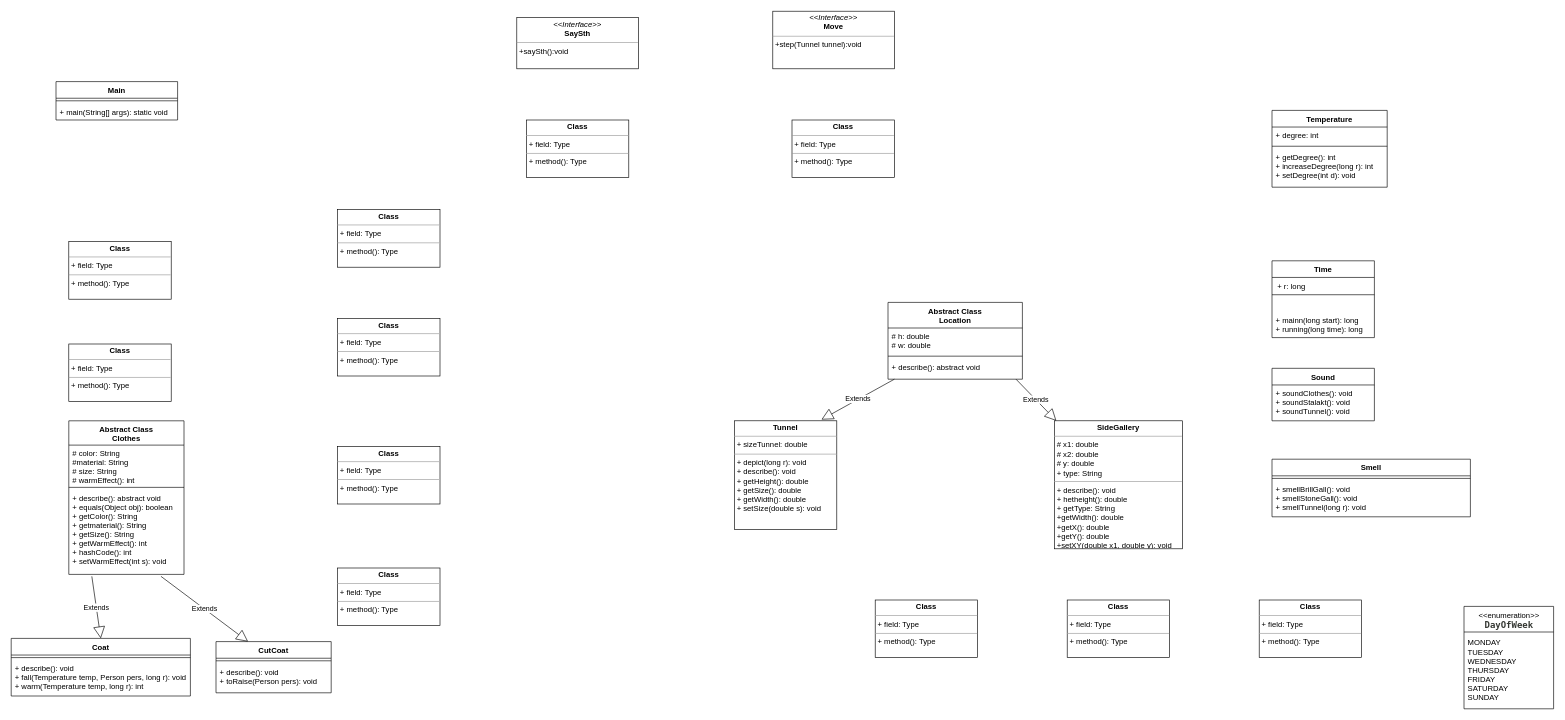
ElenaTrifonova/programming2 keeps this draw.io diagram as Untitled Diagram.drawio. Above is the earlier version. Source tidied: cells renumbered, new cells numbered last; positions are measured from the earlier drawing's top-left corner, leaving out a move shared by most shapes. Both pictures are drawn from the tidied source at 64%, with x=0, y=0 at pixel (11, 11).
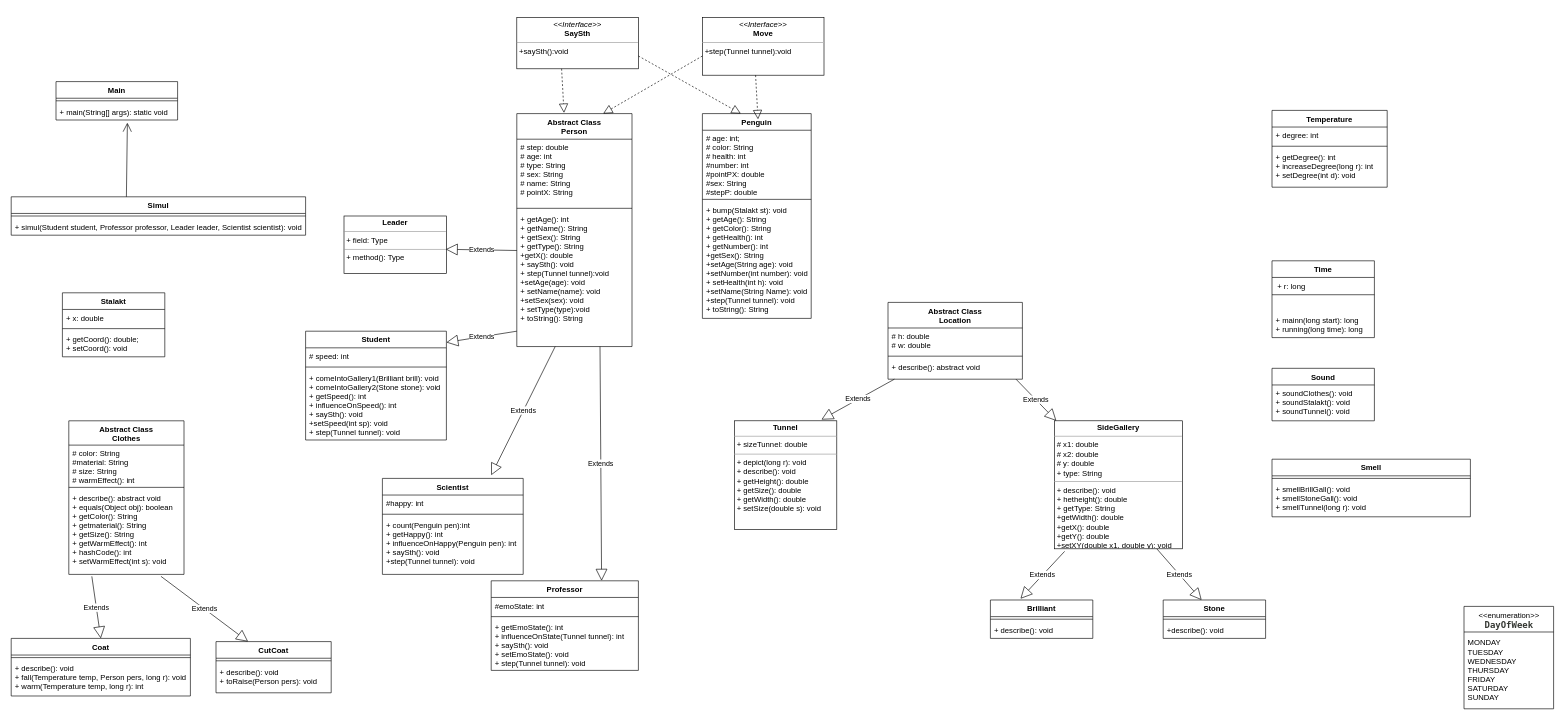
After the change.

Unchanged cells that the change refers to:
```xml
<mxCell id="12" value="&lt;p style=&quot;margin: 0px ; margin-top: 4px ; text-align: center&quot;&gt;&lt;b&gt;SideGallery&lt;/b&gt;&lt;/p&gt;&lt;hr size=&quot;1&quot;&gt;&lt;p style=&quot;margin: 0px ; margin-left: 4px&quot;&gt;# x1: double&lt;br style=&quot;padding: 0px ; margin: 0px&quot;&gt;# x2: double&lt;br style=&quot;padding: 0px ; margin: 0px&quot;&gt;# y: double&lt;br style=&quot;padding: 0px ; margin: 0px&quot;&gt;+ type: String&lt;br&gt;&lt;/p&gt;&lt;hr size=&quot;1&quot;&gt;&lt;p style=&quot;margin: 0px ; margin-left: 4px&quot;&gt;+ describe(): void&lt;/p&gt;&lt;p style=&quot;margin: 0px ; margin-left: 4px&quot;&gt;+ hetheight(): double&lt;/p&gt;&lt;p style=&quot;margin: 0px ; margin-left: 4px&quot;&gt;+ getType: String&lt;/p&gt;&lt;p style=&quot;margin: 0px ; margin-left: 4px&quot;&gt;+getWidth(): double&lt;/p&gt;&lt;p style=&quot;margin: 0px ; margin-left: 4px&quot;&gt;+getX(): double&lt;/p&gt;&lt;p style=&quot;margin: 0px ; margin-left: 4px&quot;&gt;+getY(): double&lt;/p&gt;&lt;p style=&quot;margin: 0px ; margin-left: 4px&quot;&gt;+setXY(double x1, double y): void&lt;/p&gt;" style="verticalAlign=top;align=left;overflow=fill;fontSize=12;fontFamily=Helvetica;html=1;" parent="1" vertex="1">
  <mxGeometry x="1630" y="640" width="200" height="200" as="geometry" />
</mxCell>
<mxCell id="34" value="+ main(String[] args): static void" style="text;strokeColor=none;fillColor=none;align=left;verticalAlign=top;spacingLeft=4;spacingRight=4;overflow=hidden;points=[[0,0.5],[1,0.5]];portConstraint=eastwest;" parent="32" vertex="1">
  <mxGeometry y="34" width="190" height="26" as="geometry" />
</mxCell>
```

What changed in the source:
```diff
@@
     <mxCell id="2" value="&lt;p style=&quot;margin: 0px ; margin-top: 4px ; text-align: center&quot;&gt;&lt;i&gt;&amp;lt;&amp;lt;Interface&amp;gt;&amp;gt;&lt;/i&gt;&lt;br&gt;&lt;b&gt;Move&lt;/b&gt;&lt;/p&gt;&lt;hr size=&quot;1&quot;&gt;&lt;p style=&quot;margin: 0px ; margin-left: 4px&quot;&gt;&lt;span&gt;+step(Tunnel tunnel):void&lt;/span&gt;&lt;br&gt;&lt;/p&gt;" style="verticalAlign=top;align=left;overflow=fill;fontSize=12;fontFamily=Helvetica;html=1;" parent="1" vertex="1">
-      <mxGeometry x="1190" width="190" height="90" as="geometry" />
+      <mxGeometry x="1080" y="10" width="190" height="90" as="geometry" />
     </mxCell>
@@
-    <mxCell id="4" value="&lt;p style=&quot;margin:0px;margin-top:4px;text-align:center;&quot;&gt;&lt;b&gt;Class&lt;/b&gt;&lt;/p&gt;&lt;hr size=&quot;1&quot;/&gt;&lt;p style=&quot;margin:0px;margin-left:4px;&quot;&gt;+ field: Type&lt;/p&gt;&lt;hr size=&quot;1&quot;/&gt;&lt;p style=&quot;margin:0px;margin-left:4px;&quot;&gt;+ method(): Type&lt;/p&gt;" style="verticalAlign=top;align=left;overflow=fill;fontSize=12;fontFamily=Helvetica;html=1;" parent="1" vertex="1">
-      <mxGeometry x="805" y="170" width="160" height="90" as="geometry" />
-    </mxCell>
-    <mxCell id="5" value="&lt;p style=&quot;margin:0px;margin-top:4px;text-align:center;&quot;&gt;&lt;b&gt;Class&lt;/b&gt;&lt;/p&gt;&lt;hr size=&quot;1&quot;/&gt;&lt;p style=&quot;margin:0px;margin-left:4px;&quot;&gt;+ field: Type&lt;/p&gt;&lt;hr size=&quot;1&quot;/&gt;&lt;p style=&quot;margin:0px;margin-left:4px;&quot;&gt;+ method(): Type&lt;/p&gt;" style="verticalAlign=top;align=left;overflow=fill;fontSize=12;fontFamily=Helvetica;html=1;" parent="1" vertex="1">
-      <mxGeometry x="1220" y="170" width="160" height="90" as="geometry" />
-    </mxCell>
-    <mxCell id="6" value="&lt;p style=&quot;margin:0px;margin-top:4px;text-align:center;&quot;&gt;&lt;b&gt;Class&lt;/b&gt;&lt;/p&gt;&lt;hr size=&quot;1&quot;/&gt;&lt;p style=&quot;margin:0px;margin-left:4px;&quot;&gt;+ field: Type&lt;/p&gt;&lt;hr size=&quot;1&quot;/&gt;&lt;p style=&quot;margin:0px;margin-left:4px;&quot;&gt;+ method(): Type&lt;/p&gt;" style="verticalAlign=top;align=left;overflow=fill;fontSize=12;fontFamily=Helvetica;html=1;" parent="1" vertex="1">
-      <mxGeometry x="510" y="310" width="160" height="90" as="geometry" />
+    <mxCell id="6" value="&lt;p style=&quot;margin: 0px ; margin-top: 4px ; text-align: center&quot;&gt;&lt;b&gt;Leader&lt;/b&gt;&lt;/p&gt;&lt;hr size=&quot;1&quot;&gt;&lt;p style=&quot;margin: 0px ; margin-left: 4px&quot;&gt;+ field: Type&lt;/p&gt;&lt;hr size=&quot;1&quot;&gt;&lt;p style=&quot;margin: 0px ; margin-left: 4px&quot;&gt;+ method(): Type&lt;/p&gt;" style="verticalAlign=top;align=left;overflow=fill;fontSize=12;fontFamily=Helvetica;html=1;" parent="1" vertex="1">
+      <mxGeometry x="520" y="320" width="160" height="90" as="geometry" />
     </mxCell>
-    <mxCell id="7" value="&lt;p style=&quot;margin:0px;margin-top:4px;text-align:center;&quot;&gt;&lt;b&gt;Class&lt;/b&gt;&lt;/p&gt;&lt;hr size=&quot;1&quot;/&gt;&lt;p style=&quot;margin:0px;margin-left:4px;&quot;&gt;+ field: Type&lt;/p&gt;&lt;hr size=&quot;1&quot;/&gt;&lt;p style=&quot;margin:0px;margin-left:4px;&quot;&gt;+ method(): Type&lt;/p&gt;" style="verticalAlign=top;align=left;overflow=fill;fontSize=12;fontFamily=Helvetica;html=1;" parent="1" vertex="1">
-      <mxGeometry x="510" y="480" width="160" height="90" as="geometry" />
-    </mxCell>
-    <mxCell id="8" value="&lt;p style=&quot;margin:0px;margin-top:4px;text-align:center;&quot;&gt;&lt;b&gt;Class&lt;/b&gt;&lt;/p&gt;&lt;hr size=&quot;1&quot;/&gt;&lt;p style=&quot;margin:0px;margin-left:4px;&quot;&gt;+ field: Type&lt;/p&gt;&lt;hr size=&quot;1&quot;/&gt;&lt;p style=&quot;margin:0px;margin-left:4px;&quot;&gt;+ method(): Type&lt;/p&gt;" style="verticalAlign=top;align=left;overflow=fill;fontSize=12;fontFamily=Helvetica;html=1;" parent="1" vertex="1">
-      <mxGeometry x="510" y="870" width="160" height="90" as="geometry" />
-    </mxCell>
-    <mxCell id="9" value="&lt;p style=&quot;margin:0px;margin-top:4px;text-align:center;&quot;&gt;&lt;b&gt;Class&lt;/b&gt;&lt;/p&gt;&lt;hr size=&quot;1&quot;/&gt;&lt;p style=&quot;margin:0px;margin-left:4px;&quot;&gt;+ field: Type&lt;/p&gt;&lt;hr size=&quot;1&quot;/&gt;&lt;p style=&quot;margin:0px;margin-left:4px;&quot;&gt;+ method(): Type&lt;/p&gt;" style="verticalAlign=top;align=left;overflow=fill;fontSize=12;fontFamily=Helvetica;html=1;" parent="1" vertex="1">
-      <mxGeometry x="510" y="680" width="160" height="90" as="geometry" />
-    </mxCell>
-    <mxCell id="10" value="&lt;p style=&quot;margin:0px;margin-top:4px;text-align:center;&quot;&gt;&lt;b&gt;Class&lt;/b&gt;&lt;/p&gt;&lt;hr size=&quot;1&quot;/&gt;&lt;p style=&quot;margin:0px;margin-left:4px;&quot;&gt;+ field: Type&lt;/p&gt;&lt;hr size=&quot;1&quot;/&gt;&lt;p style=&quot;margin:0px;margin-left:4px;&quot;&gt;+ method(): Type&lt;/p&gt;" style="verticalAlign=top;align=left;overflow=fill;fontSize=12;fontFamily=Helvetica;html=1;" parent="1" vertex="1">
-      <mxGeometry x="90" y="360" width="160" height="90" as="geometry" />
-    </mxCell>
@@
-    <mxCell id="13" value="&lt;p style=&quot;margin:0px;margin-top:4px;text-align:center;&quot;&gt;&lt;b&gt;Class&lt;/b&gt;&lt;/p&gt;&lt;hr size=&quot;1&quot;/&gt;&lt;p style=&quot;margin:0px;margin-left:4px;&quot;&gt;+ field: Type&lt;/p&gt;&lt;hr size=&quot;1&quot;/&gt;&lt;p style=&quot;margin:0px;margin-left:4px;&quot;&gt;+ method(): Type&lt;/p&gt;" style="verticalAlign=top;align=left;overflow=fill;fontSize=12;fontFamily=Helvetica;html=1;" parent="1" vertex="1">
-      <mxGeometry x="1350" y="920" width="160" height="90" as="geometry" />
-    </mxCell>
-    <mxCell id="14" value="&lt;p style=&quot;margin:0px;margin-top:4px;text-align:center;&quot;&gt;&lt;b&gt;Class&lt;/b&gt;&lt;/p&gt;&lt;hr size=&quot;1&quot;/&gt;&lt;p style=&quot;margin:0px;margin-left:4px;&quot;&gt;+ field: Type&lt;/p&gt;&lt;hr size=&quot;1&quot;/&gt;&lt;p style=&quot;margin:0px;margin-left:4px;&quot;&gt;+ method(): Type&lt;/p&gt;" style="verticalAlign=top;align=left;overflow=fill;fontSize=12;fontFamily=Helvetica;html=1;" parent="1" vertex="1">
-      <mxGeometry x="1650" y="920" width="160" height="90" as="geometry" />
-    </mxCell>
-    <mxCell id="15" value="&lt;p style=&quot;margin:0px;margin-top:4px;text-align:center;&quot;&gt;&lt;b&gt;Class&lt;/b&gt;&lt;/p&gt;&lt;hr size=&quot;1&quot;/&gt;&lt;p style=&quot;margin:0px;margin-left:4px;&quot;&gt;+ field: Type&lt;/p&gt;&lt;hr size=&quot;1&quot;/&gt;&lt;p style=&quot;margin:0px;margin-left:4px;&quot;&gt;+ method(): Type&lt;/p&gt;" style="verticalAlign=top;align=left;overflow=fill;fontSize=12;fontFamily=Helvetica;html=1;" parent="1" vertex="1">
-      <mxGeometry x="1950" y="920" width="160" height="90" as="geometry" />
-    </mxCell>
-    <mxCell id="16" value="&lt;p style=&quot;margin:0px;margin-top:4px;text-align:center;&quot;&gt;&lt;b&gt;Class&lt;/b&gt;&lt;/p&gt;&lt;hr size=&quot;1&quot;/&gt;&lt;p style=&quot;margin:0px;margin-left:4px;&quot;&gt;+ field: Type&lt;/p&gt;&lt;hr size=&quot;1&quot;/&gt;&lt;p style=&quot;margin:0px;margin-left:4px;&quot;&gt;+ method(): Type&lt;/p&gt;" style="verticalAlign=top;align=left;overflow=fill;fontSize=12;fontFamily=Helvetica;html=1;" parent="1" vertex="1">
-      <mxGeometry x="90" y="520" width="160" height="90" as="geometry" />
-    </mxCell>
@@
+    <mxCell id="53" value="Stone" style="swimlane;fontStyle=1;align=center;verticalAlign=top;horizontal=1;startSize=26;" parent="1" vertex="1">
+      <mxGeometry x="1800" y="920" width="160" height="60" as="geometry" />
+    </mxCell>
+    <mxCell id="54" style="line;strokeWidth=1;fillColor=none;align=left;verticalAlign=middle;spacingTop=-1;spacingLeft=3;spacingRight=3;labelPosition=right;" parent="53" vertex="1">
+      <mxGeometry y="26" width="160" height="8" as="geometry" />
+    </mxCell>
+    <mxCell id="55" value="+describe(): void" style="text;strokeColor=none;fillColor=none;align=left;verticalAlign=top;spacingLeft=4;spacingRight=4;overflow=hidden;" parent="53" vertex="1">
+      <mxGeometry y="34" width="160" height="26" as="geometry" />
+    </mxCell>
+    <mxCell id="56" value="Brilliant" style="swimlane;fontStyle=1;align=center;verticalAlign=top;horizontal=1;startSize=26;" parent="1" vertex="1">
+      <mxGeometry x="1530" y="920" width="160" height="60" as="geometry" />
+    </mxCell>
+    <mxCell id="57" style="line;strokeWidth=1;fillColor=none;align=left;verticalAlign=middle;spacingTop=-1;spacingLeft=3;spacingRight=3;labelPosition=right;" parent="56" vertex="1">
+      <mxGeometry y="26" width="160" height="8" as="geometry" />
+    </mxCell>
+    <mxCell id="58" value="+ describe(): void" style="text;strokeColor=none;fillColor=none;align=left;verticalAlign=top;spacingLeft=4;spacingRight=4;overflow=hidden;" parent="56" vertex="1">
+      <mxGeometry y="34" width="160" height="26" as="geometry" />
+    </mxCell>
+    <mxCell id="59" value="Extends" style="endArrow=block;endSize=16;endFill=0;html=1;entryX=0.375;entryY=0;entryDx=0;entryDy=0;entryPerimeter=0;" parent="1" edge="1" target="53">
+      <mxGeometry relative="1" as="geometry">
+        <mxPoint x="1790" y="840" as="sourcePoint" />
+      </mxGeometry>
+    </mxCell>
+    <mxCell id="60" value="Extends" style="endArrow=block;endSize=16;endFill=0;html=1;entryX=0.294;entryY=-0.033;entryDx=0;entryDy=0;entryPerimeter=0;exitX=0.08;exitY=1.02;exitDx=0;exitDy=0;exitPerimeter=0;" parent="1" edge="1" source="12" target="56">
+      <mxGeometry relative="1" as="geometry" />
+    </mxCell>
+    <mxCell id="61" value="Stalakt" style="swimlane;fontStyle=1;align=center;verticalAlign=top;horizontal=1;startSize=26;" parent="1" vertex="1">
+      <mxGeometry x="80" y="440" width="160" height="100" as="geometry" />
+    </mxCell>
+    <mxCell id="62" value="+ x: double" style="text;strokeColor=none;fillColor=none;align=left;verticalAlign=top;spacingLeft=4;spacingRight=4;overflow=hidden;" parent="61" vertex="1">
+      <mxGeometry y="26" width="160" height="26" as="geometry" />
+    </mxCell>
+    <mxCell id="63" style="line;strokeWidth=1;fillColor=none;align=left;verticalAlign=middle;spacingTop=-1;spacingLeft=3;spacingRight=3;labelPosition=right;" parent="61" vertex="1">
+      <mxGeometry y="52" width="160" height="8" as="geometry" />
+    </mxCell>
+    <mxCell id="64" value="+ getCoord(): double;&#10;+ setCoord(): void" style="text;strokeColor=none;fillColor=none;align=left;verticalAlign=top;spacingLeft=4;spacingRight=4;overflow=hidden;" parent="61" vertex="1">
+      <mxGeometry y="60" width="160" height="40" as="geometry" />
+    </mxCell>
+    <mxCell id="65" value="Simul" style="swimlane;fontStyle=1;align=center;verticalAlign=top;horizontal=1;startSize=26;" parent="1" vertex="1">
+      <mxGeometry y="290" width="460" height="60" as="geometry" />
+    </mxCell>
+    <mxCell id="66" style="line;strokeWidth=1;fillColor=none;align=left;verticalAlign=middle;spacingTop=-1;spacingLeft=3;spacingRight=3;labelPosition=right;" parent="65" vertex="1">
+      <mxGeometry y="26" width="460" height="8" as="geometry" />
+    </mxCell>
+    <mxCell id="67" value="+ simul(Student student, Professor professor, Leader leader, Scientist scientist): void" style="text;strokeColor=none;fillColor=none;align=left;verticalAlign=top;spacingLeft=4;spacingRight=4;overflow=hidden;" parent="65" vertex="1">
+      <mxGeometry y="34" width="460" height="26" as="geometry" />
+    </mxCell>
+    <mxCell id="68" value="Abstract Class&#10;Person" style="swimlane;fontStyle=1;align=center;verticalAlign=top;horizontal=1;startSize=40;" parent="1" vertex="1">
+      <mxGeometry x="790" y="160" width="180" height="364" as="geometry" />
+    </mxCell>
+    <mxCell id="69" value="# step: double&#10;# age: int&#10;# type: String&#10;# sex: String&#10;# name: String&#10;# pointX: String" style="text;strokeColor=none;fillColor=none;align=left;verticalAlign=top;spacingLeft=4;spacingRight=4;overflow=hidden;" parent="68" vertex="1">
+      <mxGeometry y="40" width="180" height="104" as="geometry" />
+    </mxCell>
+    <mxCell id="70" style="line;strokeWidth=1;fillColor=none;align=left;verticalAlign=middle;spacingTop=-1;spacingLeft=3;spacingRight=3;labelPosition=right;" parent="68" vertex="1">
+      <mxGeometry y="144" width="180" height="8" as="geometry" />
+    </mxCell>
+    <mxCell id="71" value="+ getAge(): int&#10;+ getName(): String&#10;+ getSex(): String&#10;+ getType(): String&#10;+getX(): double&#10;+ saySth(): void&#10;+ step(Tunnel tunnel):void&#10;+setAge(age): void&#10;+ setName(name): void&#10;+setSex(sex): void&#10;+ setType(type):void&#10;+ toString(): String" style="text;strokeColor=none;fillColor=none;align=left;verticalAlign=top;spacingLeft=4;spacingRight=4;overflow=hidden;points=[[0,0.5],[1,0.5]];portConstraint=eastwest;" parent="68" vertex="1">
+      <mxGeometry y="152" width="180" height="212" as="geometry" />
+    </mxCell>
+    <mxCell id="72" value="Extends" style="endArrow=block;endSize=16;endFill=0;html=1;entryX=1;entryY=0.25;entryDx=0;entryDy=0;" parent="68" edge="1">
+      <mxGeometry relative="1" as="geometry">
+        <mxPoint y="340" as="sourcePoint" />
+        <mxPoint x="-110" y="357.5" as="targetPoint" />
+      </mxGeometry>
+    </mxCell>
+    <mxCell id="73" value="Penguin" style="swimlane;fontStyle=1;align=center;verticalAlign=top;horizontal=1;startSize=26;" parent="1" vertex="1">
+      <mxGeometry x="1080" y="160" width="170" height="320" as="geometry" />
+    </mxCell>
+    <mxCell id="74" value="# age: int;&#10;# color: String&#10;# health: int&#10;#number: int&#10;#pointPX: double&#10;#sex: String&#10;#stepP: double" style="text;strokeColor=none;fillColor=none;align=left;verticalAlign=top;spacingLeft=4;spacingRight=4;overflow=hidden;" parent="73" vertex="1">
+      <mxGeometry y="26" width="170" height="104" as="geometry" />
+    </mxCell>
+    <mxCell id="75" style="line;strokeWidth=1;fillColor=none;align=left;verticalAlign=middle;spacingTop=-1;spacingLeft=3;spacingRight=3;labelPosition=right;" parent="73" vertex="1">
+      <mxGeometry y="130" width="170" height="8" as="geometry" />
+    </mxCell>
+    <mxCell id="76" value="+ bump(Stalakt st): void&#10;+ getAge(): String&#10;+ getColor(): String&#10;+ getHealth(): int&#10;+ getNumber(): int&#10;+getSex(): String&#10;+setAge(String age): void&#10;+setNumber(int number): void&#10;+ setHealth(int h): void&#10;+setName(String Name): void&#10;+step(Tunnel tunnel): void&#10;+ toString(): String" style="text;strokeColor=none;fillColor=none;align=left;verticalAlign=top;spacingLeft=4;spacingRight=4;overflow=hidden;" parent="73" vertex="1">
+      <mxGeometry y="138" width="170" height="182" as="geometry" />
+    </mxCell>
+    <mxCell id="77" value="Extends" style="endArrow=block;endSize=16;endFill=0;html=1;entryX=0.994;entryY=0.578;entryDx=0;entryDy=0;entryPerimeter=0;exitX=0;exitY=0.292;exitDx=0;exitDy=0;exitPerimeter=0;" parent="1" edge="1" source="71" target="6">
+      <mxGeometry relative="1" as="geometry" />
+    </mxCell>
+    <mxCell id="78" value="Extends" style="endArrow=block;endSize=16;endFill=0;html=1;entryX=1;entryY=0.5;entryDx=0;entryDy=0;" parent="1" edge="1">
+      <mxGeometry relative="1" as="geometry">
+        <mxPoint x="850" y="524" as="sourcePoint" />
+        <mxPoint x="750" y="725" as="targetPoint" />
+      </mxGeometry>
+    </mxCell>
+    <mxCell id="79" value="Extends" style="endArrow=block;endSize=16;endFill=0;html=1;entryX=0.75;entryY=0;entryDx=0;entryDy=0;" parent="1" edge="1" target="80">
+      <mxGeometry relative="1" as="geometry">
+        <mxPoint x="920" y="524" as="sourcePoint" />
+      </mxGeometry>
+    </mxCell>
+    <mxCell id="80" value="Professor" style="swimlane;fontStyle=1;align=center;verticalAlign=top;horizontal=1;startSize=26;" parent="1" vertex="1">
+      <mxGeometry x="750" y="890" width="230" height="140" as="geometry" />
+    </mxCell>
+    <mxCell id="81" value="#emoState: int" style="text;strokeColor=none;fillColor=none;align=left;verticalAlign=top;spacingLeft=4;spacingRight=4;overflow=hidden;" parent="80" vertex="1">
+      <mxGeometry y="26" width="230" height="26" as="geometry" />
+    </mxCell>
+    <mxCell id="82" style="line;strokeWidth=1;fillColor=none;align=left;verticalAlign=middle;spacingTop=-1;spacingLeft=3;spacingRight=3;labelPosition=right;" parent="80" vertex="1">
+      <mxGeometry y="52" width="230" height="8" as="geometry" />
+    </mxCell>
+    <mxCell id="83" value="+ getEmoState(): int&#10;+ influenceOnState(Tunnel tunnel): int&#10;+ saySth(): void&#10;+ setEmoState(): void&#10;+ step(Tunnel tunnel): void" style="text;strokeColor=none;fillColor=none;align=left;verticalAlign=top;spacingLeft=4;spacingRight=4;overflow=hidden;" parent="80" vertex="1">
+      <mxGeometry y="60" width="230" height="80" as="geometry" />
+    </mxCell>
+    <mxCell id="84" value="Scientist" style="swimlane;fontStyle=1;align=center;verticalAlign=top;horizontal=1;startSize=26;" parent="1" vertex="1">
+      <mxGeometry x="580" y="730" width="220" height="150" as="geometry" />
+    </mxCell>
+    <mxCell id="85" value="#happy: int" style="text;strokeColor=none;fillColor=none;align=left;verticalAlign=top;spacingLeft=4;spacingRight=4;overflow=hidden;" parent="84" vertex="1">
+      <mxGeometry y="26" width="220" height="26" as="geometry" />
+    </mxCell>
+    <mxCell id="86" style="line;strokeWidth=1;fillColor=none;align=left;verticalAlign=middle;spacingTop=-1;spacingLeft=3;spacingRight=3;labelPosition=right;" parent="84" vertex="1">
+      <mxGeometry y="52" width="220" height="8" as="geometry" />
+    </mxCell>
+    <mxCell id="87" value="+ count(Penguin pen):int&#10;+ getHappy(): int&#10;+ influenceOnHappy(Penguin pen): int&#10;+ saySth(): void&#10;+step(Tunnel tunnel): void" style="text;strokeColor=none;fillColor=none;align=left;verticalAlign=top;spacingLeft=4;spacingRight=4;overflow=hidden;" parent="84" vertex="1">
+      <mxGeometry y="60" width="220" height="90" as="geometry" />
+    </mxCell>
+    <mxCell id="88" value="Student" style="swimlane;fontStyle=1;align=center;verticalAlign=top;horizontal=1;startSize=26;" parent="1" vertex="1">
+      <mxGeometry x="460" y="500" width="220" height="170" as="geometry" />
+    </mxCell>
+    <mxCell id="89" value="# speed: int" style="text;strokeColor=none;fillColor=none;align=left;verticalAlign=top;spacingLeft=4;spacingRight=4;overflow=hidden;" parent="88" vertex="1">
+      <mxGeometry y="26" width="220" height="26" as="geometry" />
+    </mxCell>
+    <mxCell id="90" style="line;strokeWidth=1;fillColor=none;align=left;verticalAlign=middle;spacingTop=-1;spacingLeft=3;spacingRight=3;labelPosition=right;" parent="88" vertex="1">
+      <mxGeometry y="52" width="220" height="8" as="geometry" />
+    </mxCell>
+    <mxCell id="91" value="+ comeIntoGallery1(Brilliant brill): void&#10;+ comeIntoGallery2(Stone stone): void&#10;+ getSpeed(): int&#10;+ influenceOnSpeed(): int&#10;+ saySth(): void&#10;+setSpeed(int sp): void&#10;+ step(Tunnel tunnel): void" style="text;strokeColor=none;fillColor=none;align=left;verticalAlign=top;spacingLeft=4;spacingRight=4;overflow=hidden;" parent="88" vertex="1">
+      <mxGeometry y="60" width="220" height="110" as="geometry" />
+    </mxCell>
+    <mxCell id="92" style="endArrow=block;dashed=1;endFill=0;endSize=12;html=1;" parent="1" edge="1">
+      <mxGeometry relative="1" as="geometry">
+        <mxPoint x="980" y="70" as="sourcePoint" />
+        <mxPoint x="1140" y="160" as="targetPoint" />
+      </mxGeometry>
+    </mxCell>
+    <mxCell id="93" style="endArrow=block;dashed=1;endFill=0;endSize=12;html=1;entryX=0.41;entryY=-0.003;entryDx=0;entryDy=0;entryPerimeter=0;" parent="1" edge="1" target="68">
+      <mxGeometry relative="1" as="geometry">
+        <mxPoint x="860" y="90" as="sourcePoint" />
+      </mxGeometry>
+    </mxCell>
+    <mxCell id="94" style="endArrow=block;dashed=1;endFill=0;endSize=12;html=1;entryX=0.41;entryY=-0.003;entryDx=0;entryDy=0;entryPerimeter=0;" parent="1" edge="1">
+      <mxGeometry relative="1" as="geometry">
+        <mxPoint x="1163.1" y="100" as="sourcePoint" />
+        <mxPoint x="1166.9" y="168.9" as="targetPoint" />
+      </mxGeometry>
+    </mxCell>
+    <mxCell id="95" style="endArrow=block;dashed=1;endFill=0;endSize=12;html=1;entryX=0.75;entryY=0;entryDx=0;entryDy=0;" parent="1" edge="1" target="68">
+      <mxGeometry relative="1" as="geometry">
+        <mxPoint x="1080" y="70" as="sourcePoint" />
+      </mxGeometry>
+    </mxCell>
+    <mxCell id="96" style="endArrow=open;endFill=1;endSize=12;html=1;entryX=0.587;entryY=1.163;entryDx=0;entryDy=0;entryPerimeter=0;" parent="1" edge="1" target="34">
+      <mxGeometry relative="1" as="geometry">
+        <mxPoint x="180" y="290" as="sourcePoint" />
+      </mxGeometry>
+    </mxCell>
```
